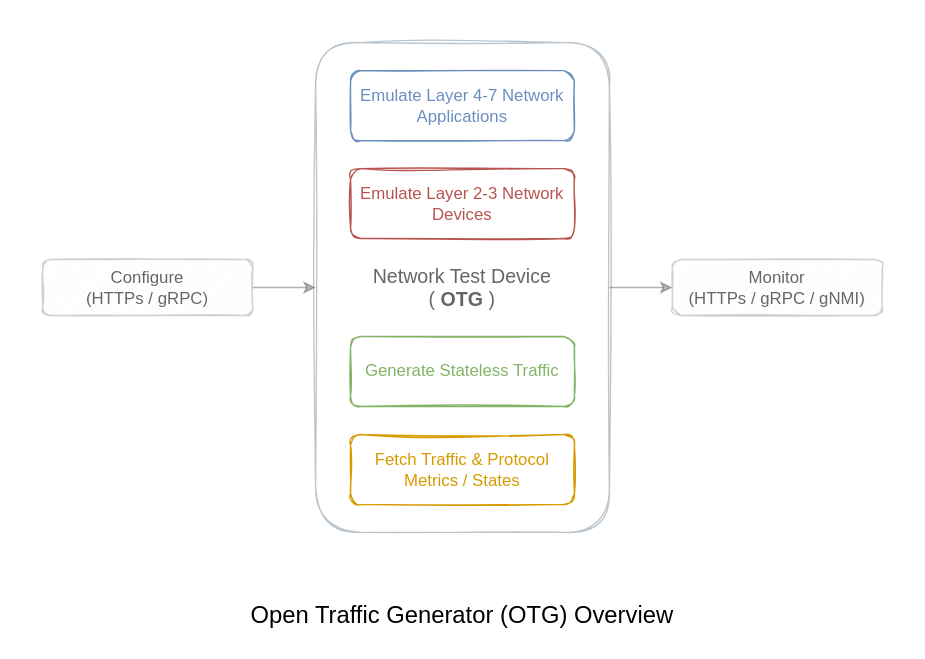
This is profile/otg-overview.drawio.svg from open-traffic-generator/.github, a draw.io export, as it was before one commit. Source tidied: cells renumbered, new cells last; positions are measured from the earlier drawing's top-left corner, leaving out a move shared by most shapes.
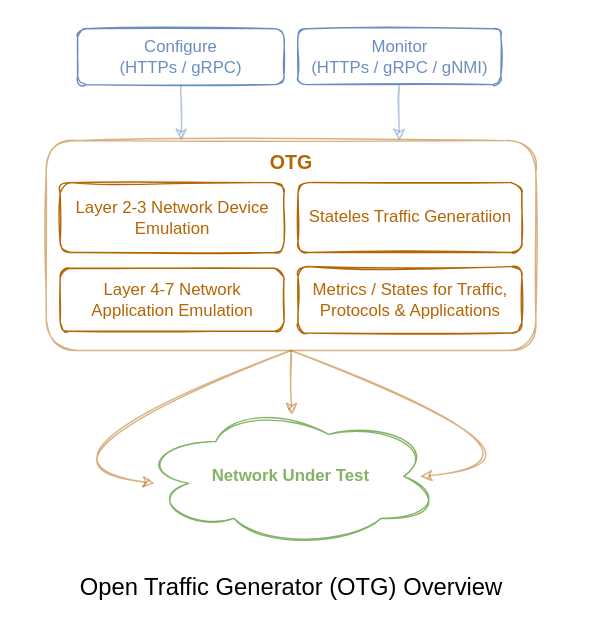
The same file after the commit.

Commit message:
added network undert test in the overview diagram

The edit, as a diff of the source:
```diff
@@ -3,37 +3,59 @@
     <mxCell id="0" />
     <mxCell id="1" parent="0" />
     <mxCell id="2" style="rounded=1;whiteSpace=wrap;html=1;fillColor=#FFFFFF;strokeColor=none;" parent="1" vertex="1">
-      <mxGeometry width="660" height="470" as="geometry" />
+      <mxGeometry x="130" y="20" width="420" height="450" as="geometry" />
     </mxCell>
-    <mxCell id="3" value="&lt;font color=&quot;#666666&quot; style=&quot;font-size: 14px&quot;&gt;Network Test Device&lt;br&gt;(&lt;b&gt;OTG&lt;/b&gt;)&lt;/font&gt;" style="rounded=1;whiteSpace=wrap;html=1;fillColor=none;strokeColor=#23445d;sketch=1;opacity=30;" parent="1" vertex="1">
-      <mxGeometry x="225" y="30" width="210" height="350" as="geometry" />
+    <mxCell id="3" value="&lt;font style=&quot;font-size: 14px&quot;&gt;&lt;b&gt;&lt;font color=&quot;#b46504&quot;&gt;OTG&lt;br&gt;&lt;/font&gt;&lt;br&gt;&lt;br&gt;&lt;br&gt;&lt;br&gt;&lt;br&gt;&lt;br&gt;&lt;br&gt;&lt;/b&gt;&lt;/font&gt;" style="rounded=1;whiteSpace=wrap;html=1;fillColor=none;strokeColor=#b46504;sketch=1;opacity=50;" parent="1" vertex="1">
+      <mxGeometry x="162.5" y="120" width="350" height="150" as="geometry" />
     </mxCell>
-    <mxCell id="4" value="&lt;font color=&quot;#b85450&quot;&gt;Emulate Layer 2-3 Network Devices&lt;/font&gt;" style="rounded=1;whiteSpace=wrap;html=1;fillColor=none;strokeColor=#b85450;sketch=1;" parent="1" vertex="1">
-      <mxGeometry x="250" y="120" width="160" height="50" as="geometry" />
+    <mxCell id="4" value="&lt;font color=&quot;#b46504&quot;&gt;Layer 2-3 Network Device Emulation&lt;/font&gt;" style="rounded=1;whiteSpace=wrap;html=1;fillColor=none;strokeColor=#b46504;sketch=1;" parent="1" vertex="1">
+      <mxGeometry x="172.5" y="150" width="160" height="50" as="geometry" />
     </mxCell>
-    <mxCell id="5" value="&lt;font color=&quot;#82b366&quot;&gt;Generate Stateless Traffic&lt;br&gt;&lt;/font&gt;" style="rounded=1;whiteSpace=wrap;html=1;fillColor=none;strokeColor=#82b366;sketch=1;" parent="1" vertex="1">
-      <mxGeometry x="250" y="240" width="160" height="50" as="geometry" />
+    <mxCell id="5" value="&lt;font color=&quot;#b46504&quot;&gt;Stateles Traffic Generatiion&lt;/font&gt;" style="rounded=1;whiteSpace=wrap;html=1;fillColor=none;strokeColor=#b46504;sketch=1;" parent="1" vertex="1">
+      <mxGeometry x="342.5" y="150" width="160" height="50" as="geometry" />
     </mxCell>
     <mxCell id="6" value="&lt;font color=&quot;#000000&quot; style=&quot;font-size: 17px&quot;&gt;Open Traffic Generator (OTG) Overview&lt;/font&gt;" style="text;html=1;strokeColor=none;fillColor=none;align=center;verticalAlign=middle;whiteSpace=wrap;rounded=0;fontColor=#82B366;" parent="1" vertex="1">
-      <mxGeometry x="165" y="410" width="330" height="60" as="geometry" />
+      <mxGeometry x="172.5" y="410" width="330" height="60" as="geometry" />
     </mxCell>
-    <mxCell id="7" value="&lt;font color=&quot;#6c8ebf&quot;&gt;Emulate Layer 4-7 Network&lt;br&gt;Applications&lt;br&gt;&lt;/font&gt;" style="rounded=1;whiteSpace=wrap;html=1;fillColor=none;strokeColor=#6c8ebf;sketch=1;" parent="1" vertex="1">
-      <mxGeometry x="250" y="50" width="160" height="50" as="geometry" />
+    <mxCell id="7" value="&lt;font color=&quot;#b46504&quot;&gt;Layer 4-7 Network&lt;br&gt;Application Emulation&lt;/font&gt;" style="rounded=1;whiteSpace=wrap;html=1;fillColor=none;strokeColor=#b46504;sketch=1;" parent="1" vertex="1">
+      <mxGeometry x="172.5" y="211.2" width="160" height="45" as="geometry" />
     </mxCell>
-    <mxCell id="8" style="endArrow=classic;html=1;entryX=0;entryY=0.5;entryDx=0;entryDy=0;exitX=1;exitY=0.5;exitDx=0;exitDy=0;strokeColor=#666666;opacity=50;" parent="1" edge="1" source="10" target="3">
-      <mxGeometry relative="1" as="geometry" />
-    </mxCell>
-    <mxCell id="9" style="endArrow=classic;html=1;entryX=0;entryY=0.5;entryDx=0;entryDy=0;exitX=1;exitY=0.5;exitDx=0;exitDy=0;strokeColor=#666666;opacity=50;" parent="1" edge="1" source="3" target="11">
-      <mxGeometry relative="1" as="geometry" />
-    </mxCell>
-    <mxCell id="10" value="&lt;font color=&quot;#666666&quot;&gt;Configure&lt;br&gt;(HTTPs / gRPC)&lt;br&gt;&lt;/font&gt;" style="rounded=1;whiteSpace=wrap;html=1;fillColor=#f5f5f5;strokeColor=#666666;sketch=1;fontColor=#333333;opacity=30;" parent="1" vertex="1">
-      <mxGeometry x="30" y="185" width="150" height="40" as="geometry" />
+    <mxCell id="10" value="&lt;font color=&quot;#6c8ebf&quot;&gt;Configure&lt;br&gt;(HTTPs / gRPC)&lt;/font&gt;" style="rounded=1;whiteSpace=wrap;html=1;fillColor=none;strokeColor=#6c8ebf;sketch=1;" parent="1" vertex="1">
+      <mxGeometry x="185" y="40" width="147.5" height="40" as="geometry" />
     </mxCell>
-    <mxCell id="11" value="&lt;font color=&quot;#666666&quot;&gt;Monitor&lt;br&gt;(HTTPs / gRPC / gNMI)&lt;br&gt;&lt;/font&gt;" style="rounded=1;whiteSpace=wrap;html=1;fillColor=#f5f5f5;strokeColor=#666666;sketch=1;fontColor=#333333;opacity=30;" parent="1" vertex="1">
-      <mxGeometry x="480" y="185" width="150" height="40" as="geometry" />
+    <mxCell id="11" value="&lt;font color=&quot;#6c8ebf&quot;&gt;Monitor&lt;br&gt;(HTTPs / gRPC / gNMI)&lt;/font&gt;" style="rounded=1;whiteSpace=wrap;html=1;fillColor=none;strokeColor=#6c8ebf;sketch=1;" parent="1" vertex="1">
+      <mxGeometry x="342.5" y="40" width="145" height="40" as="geometry" />
     </mxCell>
-    <mxCell id="12" value="&lt;font color=&quot;#d79b00&quot;&gt;Fetch Traffic &amp;amp; Protocol Metrics / States&lt;/font&gt;" style="rounded=1;whiteSpace=wrap;html=1;fillColor=none;strokeColor=#d79b00;sketch=1;" parent="1" vertex="1">
-      <mxGeometry x="250" y="310" width="160" height="50" as="geometry" />
+    <mxCell id="12" value="&lt;font color=&quot;#b46504&quot;&gt;Metrics / States for Traffic, Protocols &amp;amp; Applications&lt;/font&gt;" style="rounded=1;whiteSpace=wrap;html=1;fillColor=none;strokeColor=#b46504;sketch=1;" parent="1" vertex="1">
+      <mxGeometry x="342.5" y="210" width="160" height="47.5" as="geometry" />
     </mxCell>
+    <mxCell id="13" value="&lt;b&gt;&lt;font color=&quot;#82b366&quot;&gt;Network&amp;nbsp;Under Test&lt;/font&gt;&lt;/b&gt;" style="ellipse;shape=cloud;whiteSpace=wrap;html=1;fillColor=none;strokeColor=#82b366;sketch=1;" parent="1" vertex="1">
+      <mxGeometry x="230" y="310" width="215" height="100" as="geometry" />
+    </mxCell>
+    <mxCell id="14" style="curved=1;endArrow=classic;html=1;fontColor=#B85450;strokeColor=#b46504;exitX=0.5;exitY=1;exitDx=0;exitDy=0;fillColor=#fad7ac;sketch=1;opacity=50;" parent="1" edge="1" source="3">
+      <mxGeometry relative="1" as="geometry">
+        <mxPoint x="240" y="365" as="targetPoint" />
+        <Array as="points">
+          <mxPoint x="130" y="350" />
+        </Array>
+      </mxGeometry>
+    </mxCell>
+    <mxCell id="15" style="curved=1;endArrow=classic;html=1;fontColor=#B85450;strokeColor=#b46504;exitX=0.5;exitY=1;exitDx=0;exitDy=0;fillColor=#fad7ac;sketch=1;opacity=50;" parent="1" edge="1" source="3">
+      <mxGeometry relative="1" as="geometry">
+        <mxPoint x="430" y="360" as="targetPoint" />
+        <Array as="points">
+          <mxPoint x="550" y="350" />
+        </Array>
+      </mxGeometry>
+    </mxCell>
+    <mxCell id="16" style="endArrow=classic;html=1;sketch=1;fontColor=#10739E;strokeColor=#b46504;exitX=0.5;exitY=1;exitDx=0;exitDy=0;fillColor=#fad7ac;entryX=0.502;entryY=0.06;entryDx=0;entryDy=0;entryPerimeter=0;opacity=50;" parent="1" edge="1" source="3" target="13">
+      <mxGeometry relative="1" as="geometry" />
+    </mxCell>
+    <mxCell id="8" style="endArrow=classic;html=1;sketch=1;fontColor=#10739E;strokeColor=#6c8ebf;exitX=0.5;exitY=1;exitDx=0;exitDy=0;fillColor=#dae8fc;opacity=50;entryX=0.276;entryY=0;entryDx=0;entryDy=0;entryPerimeter=0;" parent="1" edge="1" source="10" target="3">
+      <mxGeometry relative="1" as="geometry" />
+    </mxCell>
+    <mxCell id="17" style="endArrow=classic;html=1;sketch=1;fontColor=#10739E;strokeColor=#6c8ebf;exitX=0.5;exitY=1;exitDx=0;exitDy=0;fillColor=#dae8fc;opacity=50;entryX=0.721;entryY=0;entryDx=0;entryDy=0;entryPerimeter=0;" parent="1" edge="1" source="11" target="3">
+      <mxGeometry relative="1" as="geometry" />
+    </mxCell>
   </root>
 </mxGraphModel>
```
